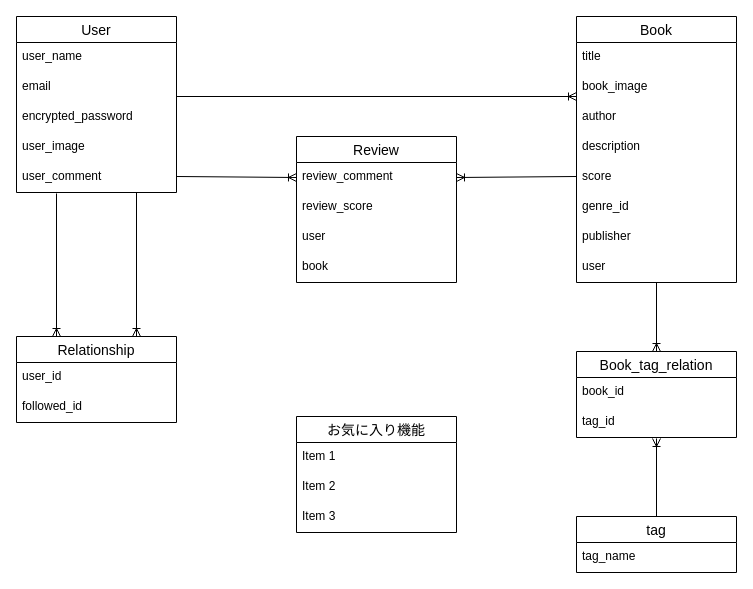
Earlier version of the draw.io diagram table.dio (nagawa-hub/honstagram). Source tidied: cells renumbered, new cells numbered last; positions are measured from the earlier drawing's top-left corner, leaving out a move shared by most shapes. Both pictures are drawn from the tidied source at 100%, with x=0, y=0 at pixel (16, 16).
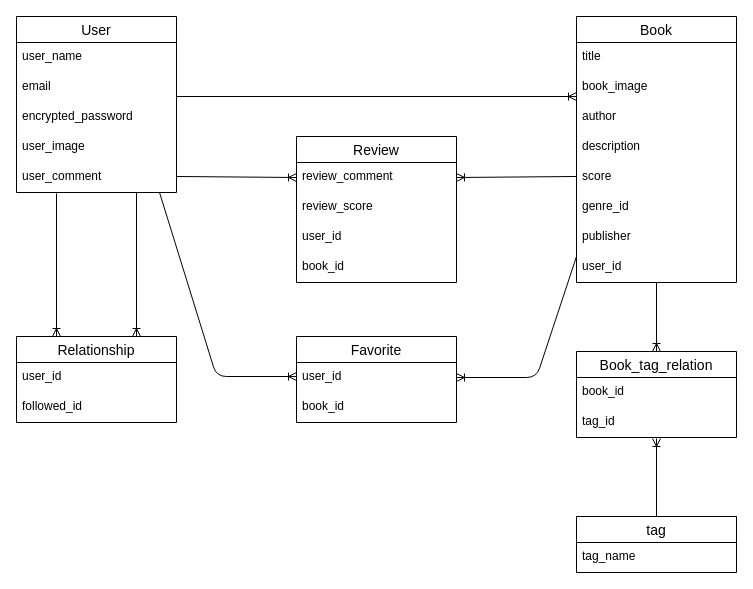
After the change.

The change refers to these unchanged cells:
```xml
<mxCell id="7" value="user_comment" style="text;strokeColor=none;fillColor=none;spacingLeft=4;spacingRight=4;overflow=hidden;points=[[0,0.5],[1,0.5]];portConstraint=eastwest;fontSize=12;" parent="2" vertex="1">
  <mxGeometry y="146" width="160" height="30" as="geometry" />
</mxCell>
<mxCell id="8" value="Book" style="swimlane;fontStyle=0;horizontal=1;startSize=26;align=center;fontSize=14;" parent="1" vertex="1">
  <mxGeometry x="560" width="160" height="266" as="geometry" />
</mxCell>
<mxCell id="18" value="Review" style="swimlane;fontStyle=0;horizontal=1;startSize=26;align=center;fontSize=14;" parent="1" vertex="1">
  <mxGeometry x="280" y="120" width="160" height="146" as="geometry" />
</mxCell>
```

Diff of the diagram source:
```diff
@@
-    <mxCell id="17" value="user" style="text;strokeColor=none;fillColor=none;spacingLeft=4;spacingRight=4;overflow=hidden;fontSize=12;" parent="8" vertex="1">
+    <mxCell id="17" value="user_id" style="text;strokeColor=none;fillColor=none;spacingLeft=4;spacingRight=4;overflow=hidden;fontSize=12;" parent="8" vertex="1">
       <mxGeometry y="236" width="160" height="30" as="geometry" />
     </mxCell>
@@
-    <mxCell id="21" value="user" style="text;strokeColor=none;fillColor=none;spacingLeft=4;spacingRight=4;overflow=hidden;fontSize=12;" parent="18" vertex="1">
+    <mxCell id="21" value="user_id" style="text;strokeColor=none;fillColor=none;spacingLeft=4;spacingRight=4;overflow=hidden;fontSize=12;" parent="18" vertex="1">
       <mxGeometry y="86" width="160" height="30" as="geometry" />
     </mxCell>
-    <mxCell id="22" value="book" style="text;strokeColor=none;fillColor=none;spacingLeft=4;spacingRight=4;overflow=hidden;fontSize=12;" parent="18" vertex="1">
+    <mxCell id="22" value="book_id" style="text;strokeColor=none;fillColor=none;spacingLeft=4;spacingRight=4;overflow=hidden;fontSize=12;" parent="18" vertex="1">
       <mxGeometry y="116" width="160" height="30" as="geometry" />
     </mxCell>
@@
-    <mxCell id="26" value="お気に入り機能" style="swimlane;fontStyle=0;horizontal=1;startSize=26;align=center;fontSize=14;" parent="1" vertex="1">
-      <mxGeometry x="280" y="400" width="160" height="116" as="geometry" />
+    <mxCell id="26" value="Favorite" style="swimlane;fontStyle=0;horizontal=1;startSize=26;align=center;fontSize=14;" parent="1" vertex="1">
+      <mxGeometry x="280" y="320" width="160" height="86" as="geometry" />
     </mxCell>
-    <mxCell id="27" value="Item 1" style="text;strokeColor=none;fillColor=none;spacingLeft=4;spacingRight=4;overflow=hidden;points=[[0,0.5],[1,0.5]];portConstraint=eastwest;fontSize=12;" parent="26" vertex="1">
+    <mxCell id="27" value="user_id" style="text;strokeColor=none;fillColor=none;spacingLeft=4;spacingRight=4;overflow=hidden;points=[[0,0.5],[1,0.5]];portConstraint=eastwest;fontSize=12;" parent="26" vertex="1">
       <mxGeometry y="26" width="160" height="30" as="geometry" />
     </mxCell>
-    <mxCell id="28" value="Item 2" style="text;strokeColor=none;fillColor=none;spacingLeft=4;spacingRight=4;overflow=hidden;fontSize=12;" parent="26" vertex="1">
+    <mxCell id="28" value="book_id" style="text;strokeColor=none;fillColor=none;spacingLeft=4;spacingRight=4;overflow=hidden;fontSize=12;" parent="26" vertex="1">
       <mxGeometry y="56" width="160" height="30" as="geometry" />
     </mxCell>
-    <mxCell id="29" value="Item 3" style="text;strokeColor=none;fillColor=none;spacingLeft=4;spacingRight=4;overflow=hidden;fontSize=12;" parent="26" vertex="1">
-      <mxGeometry y="86" width="160" height="30" as="geometry" />
-    </mxCell>
@@
+    <mxCell id="41" style="fontSize=12;html=1;endArrow=ERoneToMany;entryX=1;entryY=0.5;entryDx=0;entryDy=0;" parent="1" edge="1" target="27">
+      <mxGeometry relative="1" as="geometry">
+        <mxPoint x="560" y="240" as="sourcePoint" />
+        <Array as="points">
+          <mxPoint x="520" y="361" />
+        </Array>
+      </mxGeometry>
+    </mxCell>
+    <mxCell id="42" style="fontSize=12;html=1;endArrow=ERoneToMany;entryX=1;entryY=0.5;entryDx=0;entryDy=0;exitX=0.894;exitY=1;exitDx=0;exitDy=0;exitPerimeter=0;" parent="1" edge="1" source="7">
+      <mxGeometry relative="1" as="geometry">
+        <mxPoint x="280" y="360" as="targetPoint" />
+        <Array as="points">
+          <mxPoint x="200" y="360" />
+        </Array>
+      </mxGeometry>
+    </mxCell>
```
